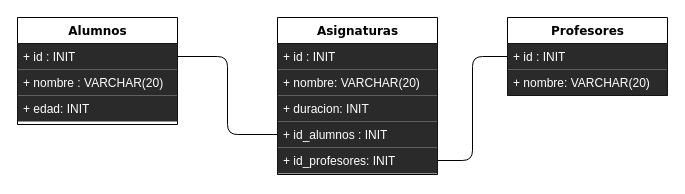
The draw.io diagram Untitled Diagram.drawio in Martorell93/BBDD-1, before the edit. Source tidied: cells renumbered, new cells numbered last; positions are measured from the earlier drawing's top-left corner, leaving out a move shared by most shapes. Both pictures are drawn from the tidied source at 100%, with x=0, y=0 at pixel (17, 17).
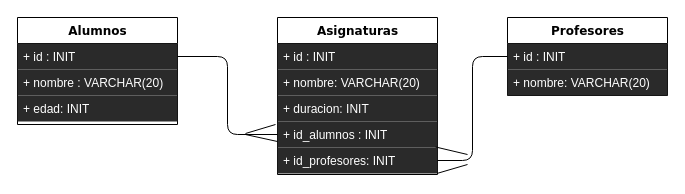
Above is the later version.

The change refers to these unchanged cells:
```xml
<mxCell id="13" value="+ id_alumnos : INIT" style="text;html=1;strokeColor=none;align=left;verticalAlign=top;spacingLeft=4;spacingRight=4;whiteSpace=wrap;overflow=hidden;points=[[0,0.5],[1,0.5]];portConstraint=eastwest;fontColor=#FFFFFF;fillColor=#2A2A2A;" parent="9" vertex="1">
  <mxGeometry y="104" width="160" height="26" as="geometry" />
</mxCell>
<mxCell id="14" value="+ id_profesores: INIT" style="text;html=1;strokeColor=none;align=left;verticalAlign=top;spacingLeft=4;spacingRight=4;whiteSpace=wrap;overflow=hidden;points=[[0,0.5],[1,0.5]];portConstraint=eastwest;fontColor=#FFFFFF;fillColor=#2A2A2A;" parent="9" vertex="1">
  <mxGeometry y="130" width="160" height="26" as="geometry" />
</mxCell>
```

What changed in the source:
```diff
@@
+    <mxCell id="19" style="endArrow=none;html=1;fontColor=#FFFFFF;entryX=0.988;entryY=0.98;entryDx=0;entryDy=0;entryPerimeter=0;" parent="1" edge="1" target="13">
+      <mxGeometry relative="1" as="geometry">
+        <mxPoint x="450" y="137" as="sourcePoint" />
+      </mxGeometry>
+    </mxCell>
+    <mxCell id="20" style="endArrow=none;html=1;fontColor=#FFFFFF;entryX=0.998;entryY=0.996;entryDx=0;entryDy=0;entryPerimeter=0;" parent="1" edge="1" target="14">
+      <mxGeometry relative="1" as="geometry">
+        <mxPoint x="450" y="147" as="sourcePoint" />
+      </mxGeometry>
+    </mxCell>
+    <mxCell id="21" style="endArrow=none;html=1;fontColor=#FFFFFF;entryX=0.988;entryY=0.98;entryDx=0;entryDy=0;entryPerimeter=0;" parent="1" edge="1">
+      <mxGeometry x="318" y="181" as="geometry">
+        <mxPoint x="260" y="124" as="sourcePoint" />
+        <mxPoint x="228" y="117" as="targetPoint" />
+      </mxGeometry>
+    </mxCell>
+    <mxCell id="22" style="endArrow=none;html=1;fontColor=#FFFFFF;entryX=0.998;entryY=0.996;entryDx=0;entryDy=0;entryPerimeter=0;" parent="1" edge="1">
+      <mxGeometry x="318" y="190" as="geometry">
+        <mxPoint x="258" y="107" as="sourcePoint" />
+        <mxPoint x="228" y="116" as="targetPoint" />
+      </mxGeometry>
+    </mxCell>
```
